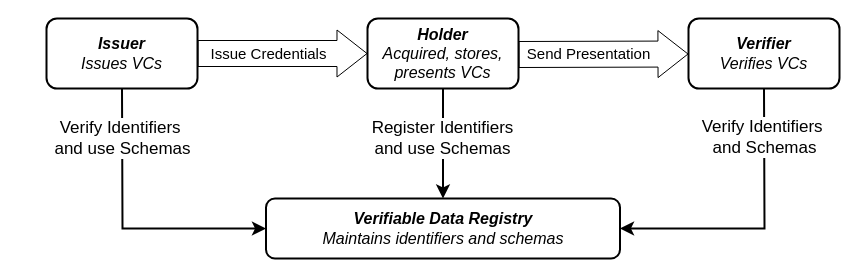
This is diagrams/ecosystem.drawio from w3c/vc-data-model, a draw.io file, before an edit. Source tidied: cells renumbered, new cells numbered last; positions are measured from the earlier drawing's top-left corner, leaving out a move shared by most shapes. Both pictures are drawn from the tidied source at 100%, with x=0, y=0 at pixel (26, 18).
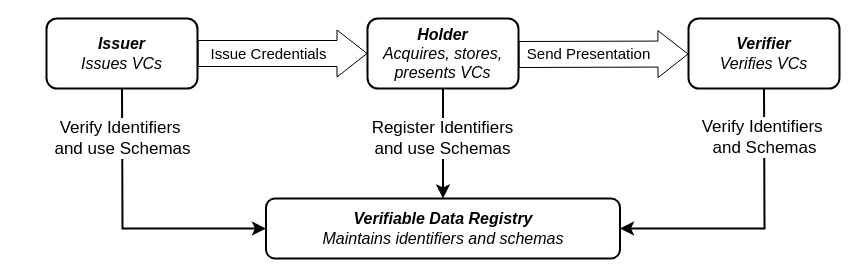
After the change.

Commit message (it also covers changes not shown here):
Update ecosystem.svg (fix Holder's verb tense).

The change refers to these unchanged cells:
```xml
<mxCell id="3" style="group;" parent="1" vertex="1">
  <mxGeometry x="20" width="793" height="240" as="geometry" />
</mxCell>
```

The edit, as a diff of the source:
```diff
@@
-    <mxCell id="7" value="&lt;div&gt;&lt;font style=&quot;font-size: 16px;&quot;&gt;&lt;i&gt;&lt;b&gt;Holder&lt;/b&gt;&lt;/i&gt;&lt;/font&gt;&lt;/div&gt;&lt;div&gt;&lt;font style=&quot;font-size: 16px;&quot;&gt;&lt;i&gt;Acquired, stores, presents VCs&lt;/i&gt;&lt;/font&gt;&lt;/div&gt;" style="rounded=1;whiteSpace=wrap;html=1;fillColor=none;strokeWidth=2;" parent="3" vertex="1">
+    <mxCell id="7" value="&lt;div&gt;&lt;font style=&quot;font-size: 16px;&quot;&gt;&lt;i&gt;&lt;b&gt;Holder&lt;/b&gt;&lt;/i&gt;&lt;/font&gt;&lt;/div&gt;&lt;div&gt;&lt;font style=&quot;font-size: 16px;&quot;&gt;&lt;i&gt;Acquires, stores, presents VCs&lt;/i&gt;&lt;/font&gt;&lt;/div&gt;" style="rounded=1;whiteSpace=wrap;html=1;fillColor=none;strokeWidth=2;" parent="3" vertex="1">
       <mxGeometry x="321" width="151" height="70" as="geometry" />
     </mxCell>
```
